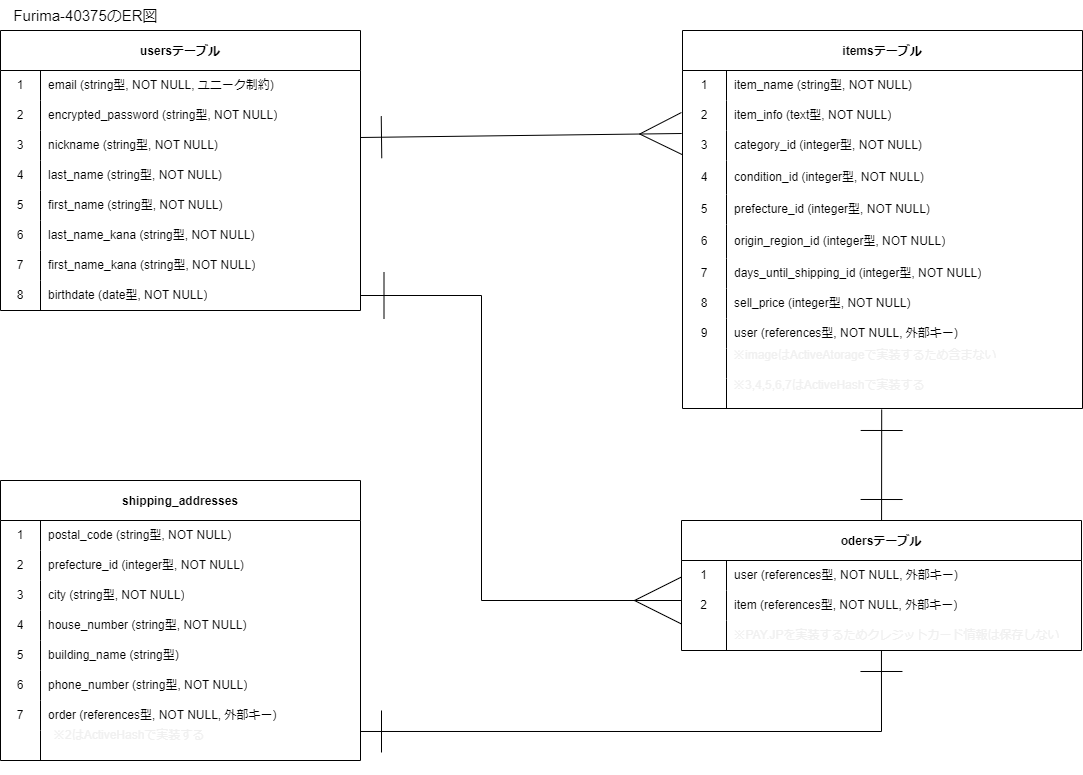
Before: furima.drawio.png, a diagram exported from draw.io (meichanpapa/furima-40375). Source tidied: cells renumbered, new cells last; positions are measured from the earlier drawing's top-left corner, leaving out a move shared by most shapes.
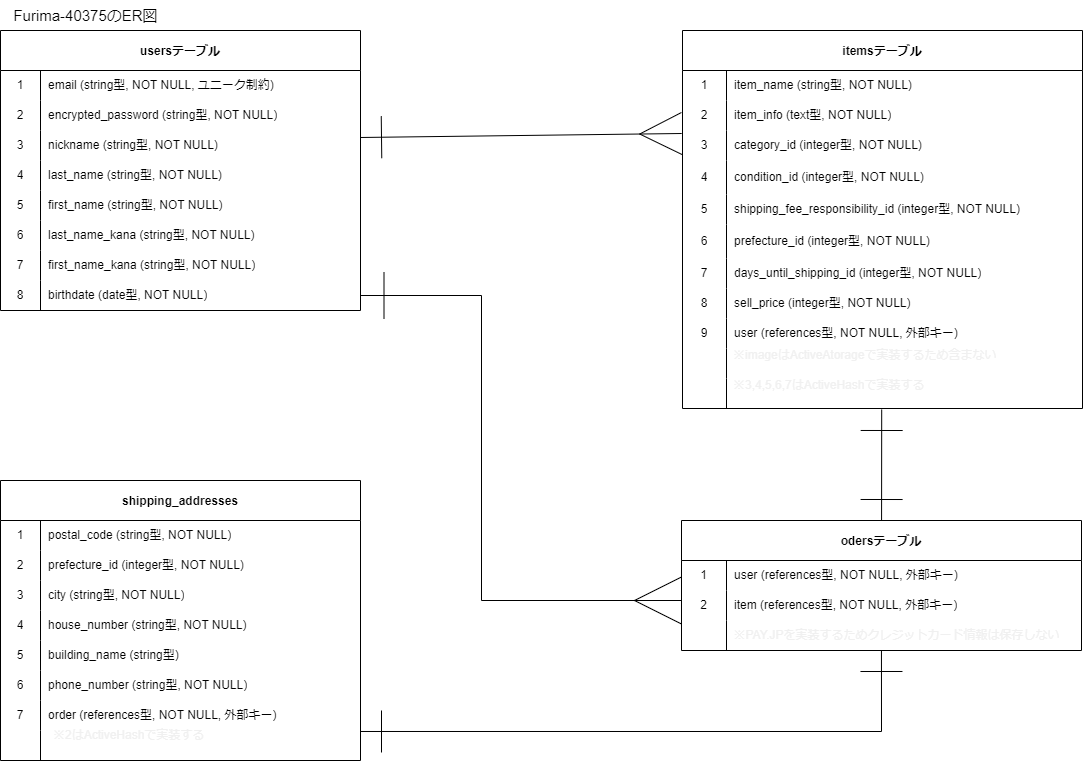
Above is the later version.

What changed in the source:
```diff
@@ -128,7 +128,7 @@
     <mxCell id="43" value="5" style="shape=partialRectangle;html=1;whiteSpace=wrap;fillColor=none;top=0;left=0;bottom=0;right=0;overflow=hidden;" parent="42" vertex="1">
       <mxGeometry width="44" height="30" as="geometry" />
     </mxCell>
-    <mxCell id="44" value="&lt;div style=&quot;line-height: 19px;&quot;&gt;&lt;font style=&quot;font-size: 12px;&quot;&gt;prefecture_id (integer型, NOT NULL)&lt;/font&gt;&lt;/div&gt;&lt;div style=&quot;color: rgb(204, 204, 204); background-color: rgb(31, 31, 31); line-height: 19px;&quot;&gt;&lt;/div&gt;" style="shape=partialRectangle;html=1;whiteSpace=wrap;fillColor=none;top=0;left=0;bottom=0;right=0;align=left;spacingLeft=6;overflow=hidden;" parent="42" vertex="1">
+    <mxCell id="44" value="&lt;div style=&quot;line-height: 19px;&quot;&gt;&lt;font style=&quot;font-size: 12px;&quot;&gt;shipping_fee_responsibility&lt;/font&gt;&lt;span style=&quot;background-color: initial;&quot;&gt;_id (integer型, NOT NULL)&lt;/span&gt;&lt;/div&gt;&lt;div style=&quot;color: rgb(204, 204, 204); background-color: rgb(31, 31, 31); line-height: 19px;&quot;&gt;&lt;/div&gt;" style="shape=partialRectangle;html=1;whiteSpace=wrap;fillColor=none;top=0;left=0;bottom=0;right=0;align=left;spacingLeft=6;overflow=hidden;" parent="42" vertex="1">
       <mxGeometry x="44" width="356" height="30" as="geometry" />
     </mxCell>
     <mxCell id="45" style="shape=tableRow;horizontal=0;startSize=0;swimlaneHead=0;swimlaneBody=0;top=0;left=0;bottom=0;right=0;fillColor=none;" parent="29" vertex="1">
@@ -137,7 +137,7 @@
     <mxCell id="46" value="6" style="shape=partialRectangle;html=1;whiteSpace=wrap;fillColor=none;top=0;left=0;bottom=0;right=0;overflow=hidden;" parent="45" vertex="1">
       <mxGeometry width="44" height="34" as="geometry" />
     </mxCell>
-    <mxCell id="47" value="origin_region_id (integer型, NOT NULL)" style="shape=partialRectangle;html=1;whiteSpace=wrap;fillColor=none;top=0;left=0;bottom=0;right=0;align=left;spacingLeft=6;overflow=hidden;" parent="45" vertex="1">
+    <mxCell id="47" value="prefecture_id (integer型, NOT NULL)" style="shape=partialRectangle;html=1;whiteSpace=wrap;fillColor=none;top=0;left=0;bottom=0;right=0;align=left;spacingLeft=6;overflow=hidden;" parent="45" vertex="1">
       <mxGeometry x="44" width="356" height="34" as="geometry" />
     </mxCell>
     <mxCell id="48" style="shape=tableRow;horizontal=0;startSize=0;swimlaneHead=0;swimlaneBody=0;top=0;left=0;bottom=0;right=0;fillColor=none;" parent="29" vertex="1">
```
